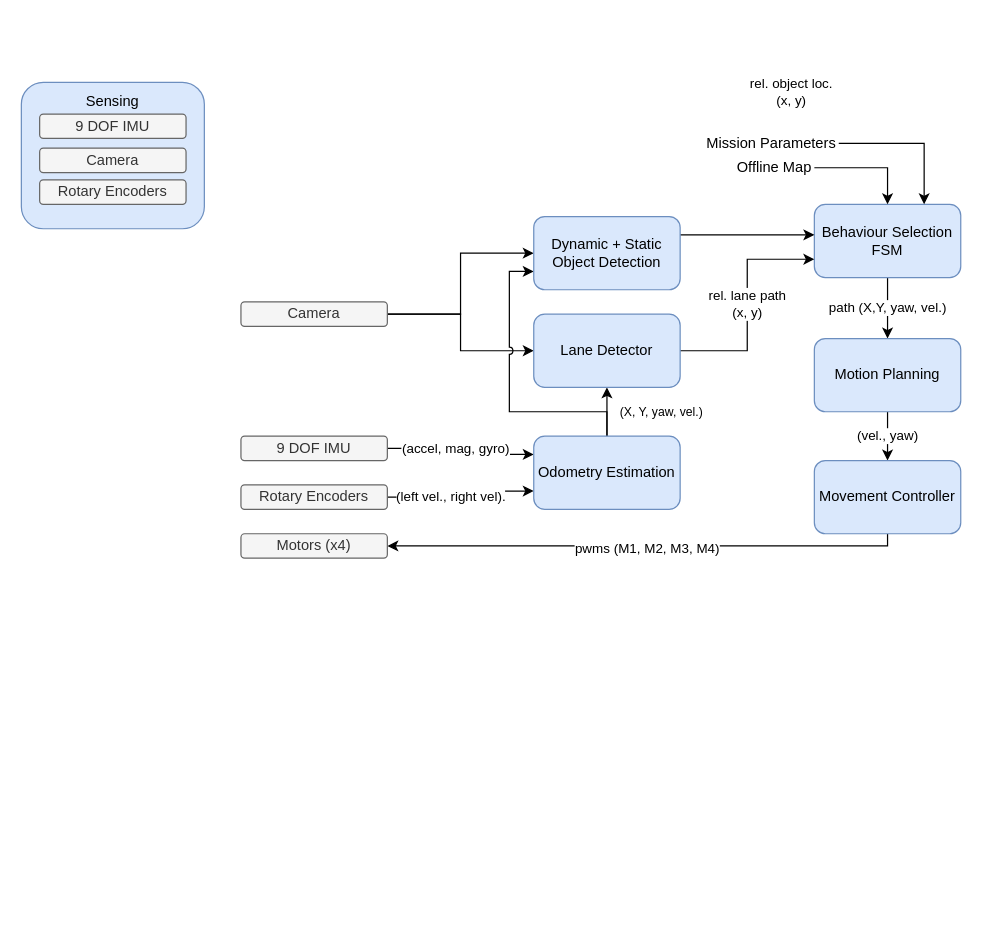
Above: doc/Software_Architecture.drawio in RamizHanan/smile-mobile (draw.io), before the change. Source tidied: cells renumbered, new cells numbered last; positions are measured from the earlier drawing's top-left corner, leaving out a move shared by most shapes. Both pictures are drawn from the tidied source at 122%, with x=0, y=0 at pixel (21, 82).
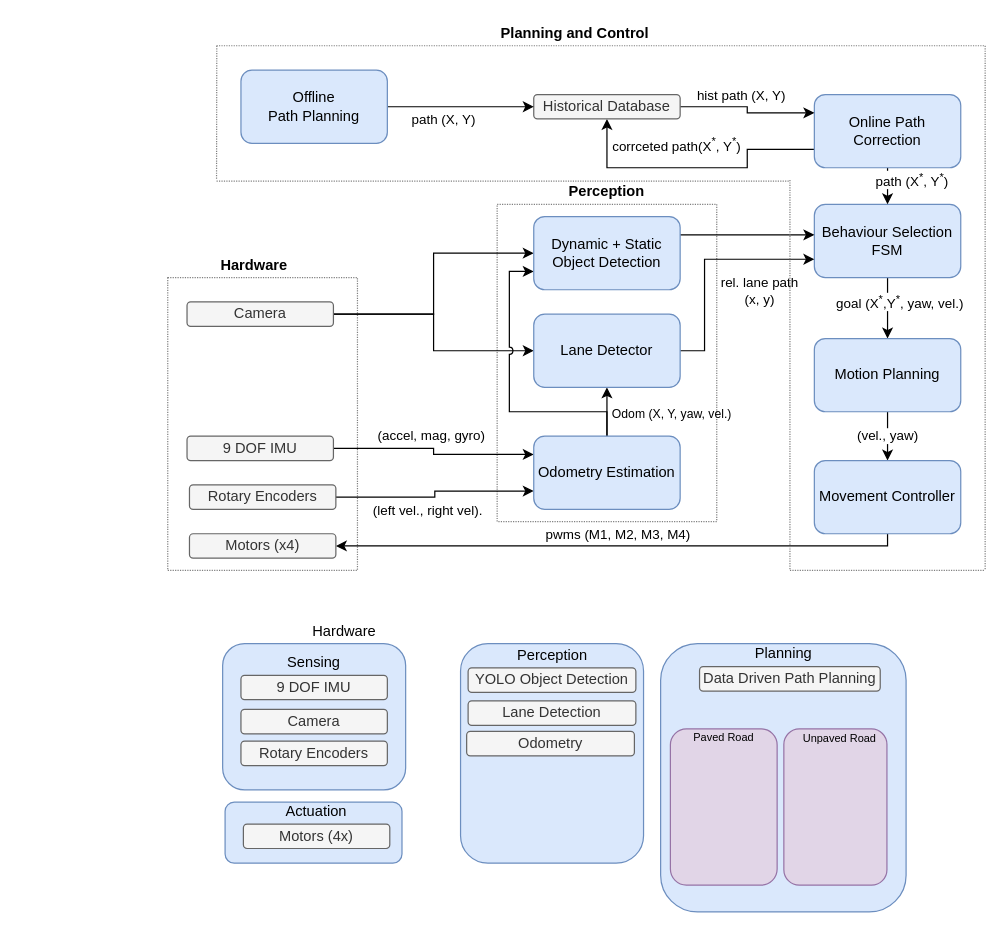
The same page after the edit.

Unchanged cells that the change refers to:
```xml
<mxCell id="7" style="edgeStyle=orthogonalEdgeStyle;rounded=0;jettySize=auto;html=1;entryX=0;entryY=0.25;entryDx=0;entryDy=0;" parent="1" edge="1" source="9" target="20">
  <mxGeometry relative="1" as="geometry" />
</mxCell>
<mxCell id="13" style="edgeStyle=orthogonalEdgeStyle;rounded=0;jettySize=auto;html=1;exitX=1;exitY=0.5;exitDx=0;exitDy=0;entryX=0;entryY=0.75;entryDx=0;entryDy=0;" parent="1" edge="1" source="15" target="20">
  <mxGeometry relative="1" as="geometry" />
</mxCell>
<mxCell id="17" value="Behaviour Selection FSM" style="rounded=1;whiteSpace=wrap;html=1;fillColor=#dae8fc;strokeColor=#6c8ebf;" parent="1" vertex="1">
  <mxGeometry x="650" y="100" width="120" height="60" as="geometry" />
</mxCell>
<mxCell id="19" style="edgeStyle=orthogonalEdgeStyle;rounded=0;jettySize=auto;html=1;exitX=0.5;exitY=0;exitDx=0;exitDy=0;entryX=0;entryY=0.75;entryDx=0;entryDy=0;jumpStyle=arc;" parent="1" edge="1" source="20" target="25">
  <mxGeometry relative="1" as="geometry">
    <Array as="points">
      <mxPoint x="480" y="270" />
      <mxPoint x="400" y="270" />
      <mxPoint x="400" y="155" />
    </Array>
  </mxGeometry>
</mxCell>
<mxCell id="22" value="Motion Planning" style="rounded=1;whiteSpace=wrap;html=1;fillColor=#dae8fc;strokeColor=#6c8ebf;" parent="1" vertex="1">
  <mxGeometry x="650" y="210" width="120" height="60" as="geometry" />
</mxCell>
<mxCell id="23" style="edgeStyle=orthogonalEdgeStyle;rounded=0;jumpStyle=arc;jettySize=auto;html=1;exitX=1;exitY=0.25;exitDx=0;exitDy=0;" parent="1" edge="1" source="25">
  <mxGeometry relative="1" as="geometry">
    <mxPoint x="650" y="125" as="targetPoint" />
    <Array as="points">
      <mxPoint x="650" y="125" />
    </Array>
  </mxGeometry>
</mxCell>
<mxCell id="27" value="Lane Detector" style="rounded=1;whiteSpace=wrap;html=1;fillColor=#dae8fc;strokeColor=#6c8ebf;" parent="1" vertex="1">
  <mxGeometry x="420" y="190" width="120" height="60" as="geometry" />
</mxCell>
<mxCell id="28" style="edgeStyle=orthogonalEdgeStyle;rounded=0;jumpStyle=arc;jettySize=auto;html=1;entryX=1;entryY=0.5;entryDx=0;entryDy=0;" parent="1" edge="1" source="30" target="31">
  <mxGeometry relative="1" as="geometry">
    <Array as="points">
      <mxPoint x="710" y="380" />
    </Array>
  </mxGeometry>
</mxCell>
```

Diff of the diagram source:
```diff
@@
+    <mxCell id="37" style="rounded=0;whiteSpace=wrap;html=1;fillColor=none;dashed=1;dashPattern=1 1;strokeColor=#808080;" parent="1" vertex="1">
+      <mxGeometry x="390" y="100" width="180" height="260" as="geometry" />
+    </mxCell>
+    <mxCell id="38" style="rounded=0;whiteSpace=wrap;html=1;fillColor=none;dashed=1;dashPattern=1 1;strokeColor=#808080;" parent="1" vertex="1">
+      <mxGeometry x="120" y="160" width="155.5" height="240" as="geometry" />
+    </mxCell>
     <mxCell id="2" style="rounded=1;whiteSpace=wrap;html=1;fillColor=#dae8fc;strokeColor=#6c8ebf;" parent="1" vertex="1">
-      <mxGeometry width="150" height="120" as="geometry" />
+      <mxGeometry x="165" y="460" width="150" height="120" as="geometry" />
     </mxCell>
@@
-    <mxCell id="8" value="(accel, mag, gyro)" style="edgeLabel;html=1;align=center;verticalAlign=middle;" parent="7" vertex="1">
+    <mxCell id="8" value="(accel, mag, gyro)" style="edgeLabel;html=1;align=center;verticalAlign=middle;labelBackgroundColor=none;" parent="7" vertex="1">
       <mxGeometry x="-0.01" y="-21" relative="1" as="geometry">
-        <mxPoint x="16" y="-2.2" as="offset" />
+        <mxPoint x="18.5" y="-12.1" as="offset" />
       </mxGeometry>
     </mxCell>
     <mxCell id="9" value="9 DOF IMU" style="rounded=1;whiteSpace=wrap;html=1;fillColor=#f5f5f5;strokeColor=#666666;fontColor=#333333;" parent="1" vertex="1">
-      <mxGeometry x="180" y="290" width="120" height="20" as="geometry" />
+      <mxGeometry x="135.8" y="290" width="120" height="20" as="geometry" />
     </mxCell>
@@
     <mxCell id="12" value="Camera" style="rounded=1;whiteSpace=wrap;html=1;fillColor=#f5f5f5;strokeColor=#666666;fontColor=#333333;" parent="1" vertex="1">
-      <mxGeometry x="180" y="180" width="120" height="20" as="geometry" />
+      <mxGeometry x="135.8" y="180" width="120" height="20" as="geometry" />
     </mxCell>
@@
-    <mxCell id="14" value="(left vel., right vel)." style="edgeLabel;html=1;align=center;verticalAlign=middle;" parent="13" vertex="1">
-      <mxGeometry x="-0.19" y="1" relative="1" as="geometry" />
+    <mxCell id="14" value="(left vel., right vel)." style="edgeLabel;html=1;align=center;verticalAlign=middle;labelBackgroundColor=none;" parent="13" vertex="1">
+      <mxGeometry x="-0.19" y="1" relative="1" as="geometry">
+        <mxPoint x="7.1" y="11" as="offset" />
+      </mxGeometry>
     </mxCell>
     <mxCell id="15" value="Rotary Encoders" style="rounded=1;whiteSpace=wrap;html=1;fillColor=#f5f5f5;strokeColor=#666666;fontColor=#333333;" parent="1" vertex="1">
-      <mxGeometry x="180" y="330" width="120" height="20" as="geometry" />
+      <mxGeometry x="137.8" y="330" width="120" height="20" as="geometry" />
     </mxCell>
-    <mxCell id="16" value="path (X,Y, yaw, vel.)" style="edgeStyle=orthogonalEdgeStyle;rounded=0;jumpStyle=arc;jettySize=auto;html=1;exitX=0.5;exitY=1;exitDx=0;exitDy=0;entryX=0.5;entryY=0;entryDx=0;entryDy=0;" parent="1" edge="1" source="17" target="22">
-      <mxGeometry relative="1" as="geometry" />
+    <mxCell id="16" value="goal (X&lt;sup&gt;*&lt;/sup&gt;,Y&lt;sup&gt;*&lt;/sup&gt;, yaw, vel.)" style="edgeStyle=orthogonalEdgeStyle;rounded=0;jumpStyle=arc;jettySize=auto;html=1;exitX=0.5;exitY=1;exitDx=0;exitDy=0;entryX=0.5;entryY=0;entryDx=0;entryDy=0;" parent="1" edge="1" source="17" target="22">
+      <mxGeometry x="-0.2" y="10" relative="1" as="geometry" />
     </mxCell>
@@
+    <mxCell id="39" value="&lt;span style=&quot;font-size: 10px;&quot;&gt;Odom (X, Y, yaw, vel.)&lt;/span&gt;" style="edgeLabel;html=1;align=center;verticalAlign=middle;labelBackgroundColor=none;" parent="19" vertex="1">
+      <mxGeometry x="-0.86" y="-1" relative="1" as="geometry">
+        <mxPoint x="51" y="-2.8" as="offset" />
+      </mxGeometry>
+    </mxCell>
@@
-    <mxCell id="24" value="rel. object loc.&lt;br&gt;(x, y)" style="edgeLabel;html=1;align=center;verticalAlign=middle;" parent="23" vertex="1">
-      <mxGeometry x="1" y="67" relative="1" as="geometry">
-        <mxPoint x="-20" y="-51" as="offset" />
-      </mxGeometry>
-    </mxCell>
@@
-    <mxCell id="26" value="rel. lane path&lt;br&gt;(x, y)" style="edgeStyle=orthogonalEdgeStyle;rounded=0;jumpStyle=arc;jettySize=auto;html=1;entryX=0;entryY=0.75;entryDx=0;entryDy=0;" parent="1" edge="1" source="27" target="17">
-      <mxGeometry relative="1" as="geometry" />
+    <mxCell id="26" style="edgeStyle=orthogonalEdgeStyle;rounded=0;jumpStyle=arc;jettySize=auto;html=1;entryX=0;entryY=0.75;entryDx=0;entryDy=0;" parent="1" edge="1" source="27" target="17">
+      <mxGeometry x="-0.13" relative="1" as="geometry">
+        <Array as="points">
+          <mxPoint x="560" y="220" />
+          <mxPoint x="560" y="145" />
+        </Array>
+      </mxGeometry>
     </mxCell>
+    <mxCell id="40" value="rel. lane path&lt;br&gt;(x, y)" style="edgeLabel;html=1;align=center;verticalAlign=middle;labelBackgroundColor=none;" parent="26" vertex="1">
+      <mxGeometry x="0.18" y="-2" relative="1" as="geometry">
+        <mxPoint x="30.6" y="23" as="offset" />
+      </mxGeometry>
+    </mxCell>
@@
-    <mxCell id="29" value="pwms (M1, M2, M3, M4)" style="edgeLabel;html=1;align=center;verticalAlign=middle;" parent="28" vertex="1">
-      <mxGeometry x="-0.01" y="1" relative="1" as="geometry" />
+    <mxCell id="29" value="pwms (M1, M2, M3, M4)" style="edgeLabel;html=1;align=center;verticalAlign=middle;labelBackgroundColor=none;" parent="28" vertex="1">
+      <mxGeometry x="-0.01" y="1" relative="1" as="geometry">
+        <mxPoint x="-2.5" y="-11" as="offset" />
+      </mxGeometry>
     </mxCell>
@@
     <mxCell id="31" value="Motors (x4)" style="rounded=1;whiteSpace=wrap;html=1;fillColor=#f5f5f5;strokeColor=#666666;fontColor=#333333;" parent="1" vertex="1">
-      <mxGeometry x="180" y="370" width="120" height="20" as="geometry" />
+      <mxGeometry x="137.8" y="370" width="120" height="20" as="geometry" />
     </mxCell>
-    <mxCell id="32" style="edgeStyle=orthogonalEdgeStyle;rounded=0;jumpStyle=arc;jettySize=auto;html=1;exitX=1;exitY=0.5;exitDx=0;exitDy=0;entryX=0.5;entryY=0;entryDx=0;entryDy=0;" parent="1" edge="1" source="33" target="17">
-      <mxGeometry relative="1" as="geometry" />
-    </mxCell>
-    <mxCell id="33" value="Offline Map" style="text;html=1;strokeColor=none;fillColor=none;align=right;verticalAlign=middle;whiteSpace=wrap;rounded=0;" parent="1" vertex="1">
-      <mxGeometry x="530" y="60" width="120" height="20" as="geometry" />
-    </mxCell>
-    <mxCell id="34" style="edgeStyle=orthogonalEdgeStyle;rounded=0;jumpStyle=arc;jettySize=auto;html=1;exitX=1;exitY=0.5;exitDx=0;exitDy=0;entryX=0.75;entryY=0;entryDx=0;entryDy=0;" parent="1" edge="1" source="35" target="17">
-      <mxGeometry relative="1" as="geometry" />
-    </mxCell>
-    <mxCell id="35" value="Mission Parameters" style="text;html=1;strokeColor=none;fillColor=none;align=right;verticalAlign=middle;whiteSpace=wrap;rounded=0;" parent="1" vertex="1">
-      <mxGeometry x="550" y="40" width="120" height="20" as="geometry" />
-    </mxCell>
-    <mxCell id="36" value="&lt;font style=&quot;font-size: 10px&quot;&gt;(X, Y, yaw, vel.)&lt;/font&gt;" style="text;html=1;strokeColor=none;fillColor=none;align=center;verticalAlign=middle;whiteSpace=wrap;rounded=0;" parent="1" vertex="1">
-      <mxGeometry x="470" y="260" width="110" height="20" as="geometry" />
-    </mxCell>
+    <mxCell id="41" style="rounded=1;whiteSpace=wrap;html=1;fillColor=#dae8fc;strokeColor=#6c8ebf;" parent="1" vertex="1">
+      <mxGeometry x="167" y="590" width="145" height="50" as="geometry" />
+    </mxCell>
+    <mxCell id="42" value="Motors (4x)" style="rounded=1;whiteSpace=wrap;html=1;fillColor=#f5f5f5;strokeColor=#666666;fontColor=#333333;" parent="41" vertex="1">
+      <mxGeometry x="15" y="18" width="120" height="20" as="geometry" />
+    </mxCell>
+    <mxCell id="43" value="Actuation" style="text;html=1;strokeColor=none;fillColor=none;align=center;verticalAlign=middle;whiteSpace=wrap;rounded=0;" parent="41" vertex="1">
+      <mxGeometry x="55" y="-2" width="40" height="20" as="geometry" />
+    </mxCell>
+    <mxCell id="44" style="rounded=1;whiteSpace=wrap;html=1;fillColor=#dae8fc;strokeColor=#6c8ebf;" parent="1" vertex="1">
+      <mxGeometry x="360" y="460" width="150" height="180" as="geometry" />
+    </mxCell>
+    <mxCell id="45" value="Perception" style="text;html=1;strokeColor=none;fillColor=none;align=center;verticalAlign=middle;whiteSpace=wrap;rounded=0;" parent="44" vertex="1">
+      <mxGeometry x="27.5" width="95" height="20" as="geometry" />
+    </mxCell>
+    <mxCell id="46" value="YOLO Object Detection" style="rounded=1;whiteSpace=wrap;html=1;fillColor=#f5f5f5;strokeColor=#666666;fontColor=#333333;" parent="44" vertex="1">
+      <mxGeometry x="6.2" y="20" width="137.5" height="20" as="geometry" />
+    </mxCell>
+    <mxCell id="47" value="Odometry" style="rounded=1;whiteSpace=wrap;html=1;fillColor=#f5f5f5;strokeColor=#666666;fontColor=#333333;" parent="44" vertex="1">
+      <mxGeometry x="5" y="72" width="137.5" height="20" as="geometry" />
+    </mxCell>
+    <mxCell id="48" value="Lane Detection" style="rounded=1;whiteSpace=wrap;html=1;fillColor=#f5f5f5;strokeColor=#666666;fontColor=#333333;" parent="44" vertex="1">
+      <mxGeometry x="6.2" y="47" width="137.5" height="20" as="geometry" />
+    </mxCell>
+    <mxCell id="49" style="rounded=1;whiteSpace=wrap;html=1;fillColor=#dae8fc;strokeColor=#6c8ebf;" parent="1" vertex="1">
+      <mxGeometry x="524" y="460" width="201.2" height="220" as="geometry" />
+    </mxCell>
+    <mxCell id="50" value="Planning" style="text;html=1;strokeColor=none;fillColor=none;align=center;verticalAlign=middle;whiteSpace=wrap;rounded=0;" parent="49" vertex="1">
+      <mxGeometry x="80.6" y="-2" width="40" height="20" as="geometry" />
+    </mxCell>
+    <mxCell id="51" style="rounded=1;whiteSpace=wrap;html=1;fillColor=#e1d5e7;strokeColor=#9673a6;" parent="49" vertex="1">
+      <mxGeometry x="8" y="70" width="87.5" height="128" as="geometry" />
+    </mxCell>
+    <mxCell id="52" value="&lt;font style=&quot;font-size: 9px&quot;&gt;Paved Road&lt;/font&gt;" style="text;html=1;strokeColor=none;fillColor=none;align=center;verticalAlign=middle;whiteSpace=wrap;rounded=0;" parent="51" vertex="1">
+      <mxGeometry x="3.8" y="-4" width="80" height="20" as="geometry" />
+    </mxCell>
+    <mxCell id="53" style="rounded=1;whiteSpace=wrap;html=1;fillColor=#e1d5e7;strokeColor=#9673a6;" parent="49" vertex="1">
+      <mxGeometry x="101" y="70" width="84.5" height="128" as="geometry" />
+    </mxCell>
+    <mxCell id="54" value="&lt;font style=&quot;font-size: 9px&quot;&gt;Unpaved Road&lt;/font&gt;" style="text;html=1;strokeColor=none;fillColor=none;align=center;verticalAlign=middle;whiteSpace=wrap;rounded=0;" parent="53" vertex="1">
+      <mxGeometry y="-3" width="92.2" height="20" as="geometry" />
+    </mxCell>
+    <mxCell id="55" value="Data Driven Path Planning" style="rounded=1;whiteSpace=wrap;html=1;fillColor=#f5f5f5;strokeColor=#666666;fontColor=#333333;" parent="49" vertex="1">
+      <mxGeometry x="31.9" y="19" width="148.1" height="20" as="geometry" />
+    </mxCell>
+    <mxCell id="56" value="Hardware" style="text;html=1;strokeColor=none;fillColor=none;align=center;verticalAlign=middle;whiteSpace=wrap;rounded=0;" parent="1" vertex="1">
+      <mxGeometry x="245" y="440" width="40" height="20" as="geometry" />
+    </mxCell>
+    <mxCell id="57" value="path (X&lt;sup&gt;*&lt;/sup&gt;, Y&lt;sup&gt;*&lt;/sup&gt;)" style="edgeStyle=orthogonalEdgeStyle;rounded=0;jettySize=auto;html=1;exitX=0.5;exitY=1;exitDx=0;exitDy=0;entryX=0.5;entryY=0;entryDx=0;entryDy=0;" parent="1" edge="1" source="60" target="17">
+      <mxGeometry x="-0.33" y="20" relative="1" as="geometry" />
+    </mxCell>
+    <mxCell id="58" style="edgeStyle=orthogonalEdgeStyle;rounded=0;jettySize=auto;html=1;exitX=0;exitY=0.75;exitDx=0;exitDy=0;entryX=0.5;entryY=1;entryDx=0;entryDy=0;" parent="1" edge="1" source="60" target="63">
+      <mxGeometry relative="1" as="geometry">
+        <Array as="points">
+          <mxPoint x="595" y="55" />
+          <mxPoint x="595" y="70" />
+          <mxPoint x="480" y="70" />
+        </Array>
+      </mxGeometry>
+    </mxCell>
+    <mxCell id="59" value="corrceted path(X&lt;sup&gt;*&lt;/sup&gt;, Y&lt;sup&gt;*&lt;/sup&gt;)" style="edgeLabel;html=1;align=center;verticalAlign=middle;labelBackgroundColor=none;" parent="58" vertex="1">
+      <mxGeometry x="-0.02" y="-1" relative="1" as="geometry">
+        <mxPoint x="-18.9" y="-19" as="offset" />
+      </mxGeometry>
+    </mxCell>
+    <mxCell id="60" value="Online Path Correction" style="rounded=1;whiteSpace=wrap;html=1;fillColor=#dae8fc;strokeColor=#6c8ebf;" parent="1" vertex="1">
+      <mxGeometry x="650" y="10" width="120" height="60" as="geometry" />
+    </mxCell>
+    <mxCell id="61" style="edgeStyle=orthogonalEdgeStyle;rounded=0;jettySize=auto;html=1;exitX=1;exitY=0.5;exitDx=0;exitDy=0;entryX=0;entryY=0.25;entryDx=0;entryDy=0;" parent="1" edge="1" source="63" target="60">
+      <mxGeometry relative="1" as="geometry" />
+    </mxCell>
+    <mxCell id="62" value="hist path (X, Y)" style="edgeLabel;html=1;align=center;verticalAlign=middle;labelBackgroundColor=none;" parent="61" vertex="1">
+      <mxGeometry x="0.26" relative="1" as="geometry">
+        <mxPoint x="-17.4" y="-15" as="offset" />
+      </mxGeometry>
+    </mxCell>
+    <mxCell id="63" value="Historical Database" style="rounded=1;whiteSpace=wrap;html=1;fillColor=#f5f5f5;strokeColor=#666666;fontColor=#333333;" parent="1" vertex="1">
+      <mxGeometry x="420" y="10" width="120" height="20" as="geometry" />
+    </mxCell>
+    <mxCell id="64" style="edgeStyle=orthogonalEdgeStyle;rounded=0;jettySize=auto;html=1;exitX=1;exitY=0.5;exitDx=0;exitDy=0;" parent="1" edge="1" source="66" target="63">
+      <mxGeometry relative="1" as="geometry" />
+    </mxCell>
+    <mxCell id="65" value="path (X, Y)" style="edgeLabel;html=1;align=center;verticalAlign=middle;labelBackgroundColor=none;" parent="64" vertex="1">
+      <mxGeometry x="-0.25" y="-1" relative="1" as="geometry">
+        <mxPoint y="9" as="offset" />
+      </mxGeometry>
+    </mxCell>
+    <mxCell id="66" value="Offline&lt;br&gt;Path Planning" style="rounded=1;whiteSpace=wrap;html=1;fillColor=#dae8fc;strokeColor=#6c8ebf;" parent="1" vertex="1">
+      <mxGeometry x="180" y="-10" width="120" height="60" as="geometry" />
+    </mxCell>
+    <mxCell id="67" value="&lt;b&gt;Hardware&lt;/b&gt;" style="text;html=1;strokeColor=none;fillColor=none;align=center;verticalAlign=middle;whiteSpace=wrap;rounded=0;dashed=1;dashPattern=1 1;" parent="1" vertex="1">
+      <mxGeometry x="170.8" y="140" width="40" height="20" as="geometry" />
+    </mxCell>
+    <mxCell id="68" value="&lt;b&gt;Planning and Control&lt;/b&gt;" style="text;html=1;strokeColor=none;fillColor=none;align=center;verticalAlign=middle;whiteSpace=wrap;rounded=0;dashed=1;dashPattern=1 1;" parent="1" vertex="1">
+      <mxGeometry x="384" y="-50" width="140" height="20" as="geometry" />
+    </mxCell>
+    <mxCell id="69" value="&lt;b&gt;Perception&lt;/b&gt;" style="text;html=1;strokeColor=none;fillColor=none;align=center;verticalAlign=middle;whiteSpace=wrap;rounded=0;dashed=1;dashPattern=1 1;" parent="1" vertex="1">
+      <mxGeometry x="460" y="80" width="40" height="20" as="geometry" />
+    </mxCell>
+    <mxCell id="70" style="endArrow=none;dashed=1;html=1;dashPattern=1 1;strokeColor=#808080;" parent="1" edge="1">
+      <mxGeometry relative="1" as="geometry">
+        <mxPoint x="160" y="-30" as="sourcePoint" />
+        <mxPoint x="790" y="-30" as="targetPoint" />
+      </mxGeometry>
+    </mxCell>
+    <mxCell id="71" style="endArrow=none;dashed=1;html=1;dashPattern=1 1;strokeColor=#808080;" parent="1" edge="1">
+      <mxGeometry relative="1" as="geometry">
+        <mxPoint x="160.2" y="-30" as="sourcePoint" />
+        <mxPoint x="160" y="80" as="targetPoint" />
+      </mxGeometry>
+    </mxCell>
+    <mxCell id="72" style="endArrow=none;dashed=1;html=1;dashPattern=1 1;strokeColor=#808080;" parent="1" edge="1">
+      <mxGeometry relative="1" as="geometry">
+        <mxPoint x="160" y="81" as="sourcePoint" />
+        <mxPoint x="630" y="81" as="targetPoint" />
+      </mxGeometry>
+    </mxCell>
+    <mxCell id="73" style="endArrow=none;dashed=1;html=1;dashPattern=1 1;strokeColor=#808080;" parent="1" edge="1">
+      <mxGeometry relative="1" as="geometry">
+        <mxPoint x="630" y="80" as="sourcePoint" />
+        <mxPoint x="630" y="400" as="targetPoint" />
+      </mxGeometry>
+    </mxCell>
+    <mxCell id="74" style="endArrow=none;dashed=1;html=1;dashPattern=1 1;strokeColor=#808080;" parent="1" edge="1">
+      <mxGeometry relative="1" as="geometry">
+        <mxPoint x="630" y="400" as="sourcePoint" />
+        <mxPoint x="790" y="400" as="targetPoint" />
+      </mxGeometry>
+    </mxCell>
+    <mxCell id="75" style="endArrow=none;dashed=1;html=1;dashPattern=1 1;strokeColor=#808080;" parent="1" edge="1">
+      <mxGeometry relative="1" as="geometry">
+        <mxPoint x="790" y="-30" as="sourcePoint" />
+        <mxPoint x="790" y="400" as="targetPoint" />
+      </mxGeometry>
+    </mxCell>
```
